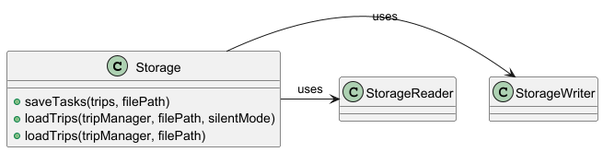
Above: docs/puml_pics/StorageClassDiagram.png in ojassurana/tp (PlantUML), before the change.
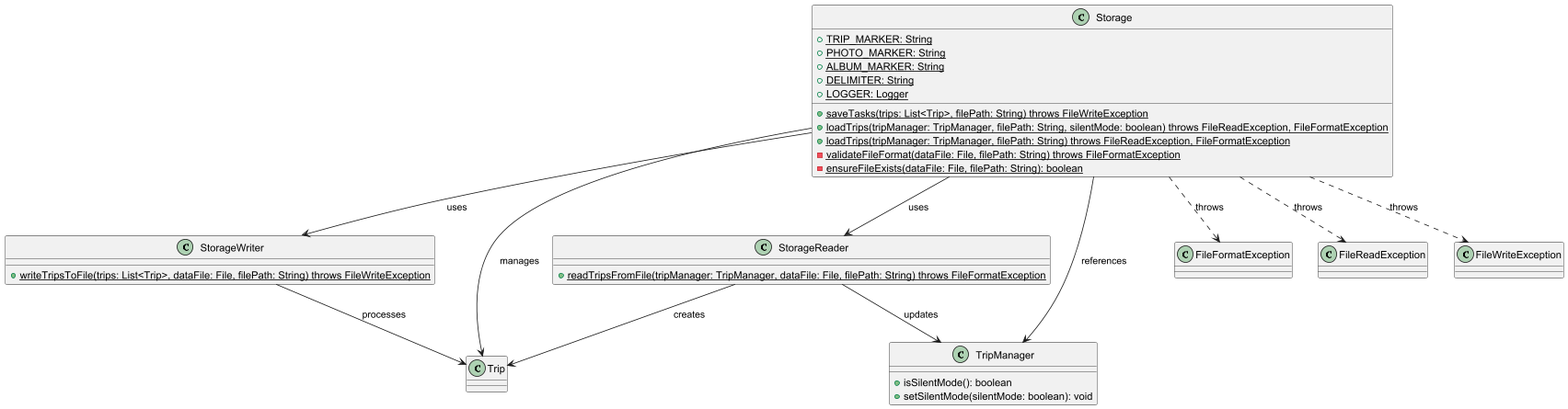
Above is the later version.

Change to the diagram source:
```diff
@@ -1,11 +1,52 @@
 @startuml
 class Storage {
-    + saveTasks(trips, filePath)
-    + loadTrips(tripManager, filePath, silentMode)
-    + loadTrips(tripManager, filePath)
+    + {static} TRIP_MARKER: String
+    + {static} PHOTO_MARKER: String
+    + {static} ALBUM_MARKER: String
+    + {static} DELIMITER: String
+    + {static} LOGGER: Logger
+
+    + {static} saveTasks(trips: List<Trip>, filePath: String) throws FileWriteException
+    + {static} loadTrips(tripManager: TripManager, filePath: String, silentMode: boolean) throws FileReadException, FileFormatException
+    + {static} loadTrips(tripManager: TripManager, filePath: String) throws FileReadException, FileFormatException
+    - {static} validateFileFormat(dataFile: File, filePath: String) throws FileFormatException
+    - {static} ensureFileExists(dataFile: File, filePath: String): boolean
 }
 
-Storage -> StorageWriter : uses
-Storage -> StorageReader : uses
+class StorageWriter {
+    + {static} writeTripsToFile(trips: List<Trip>, dataFile: File, filePath: String) throws FileWriteException
+}
 
+class StorageReader {
+    + {static} readTripsFromFile(tripManager: TripManager, dataFile: File, filePath: String) throws FileFormatException
+}
+
+class TripManager {
+    + isSilentMode(): boolean
+    + setSilentMode(silentMode: boolean): void
+}
+
+class Trip {
+}
+
+class FileFormatException {
+}
+
+class FileReadException {
+}
+
+class FileWriteException {
+}
+
+Storage --> StorageWriter: uses
+Storage --> StorageReader: uses
+Storage --> TripManager: references
+Storage --> Trip: manages
+Storage ..> FileFormatException: throws
+Storage ..> FileReadException: throws
+Storage ..> FileWriteException: throws
+
+StorageWriter --> Trip: processes
+StorageReader --> TripManager: updates
+StorageReader --> Trip: creates
 @enduml
```
